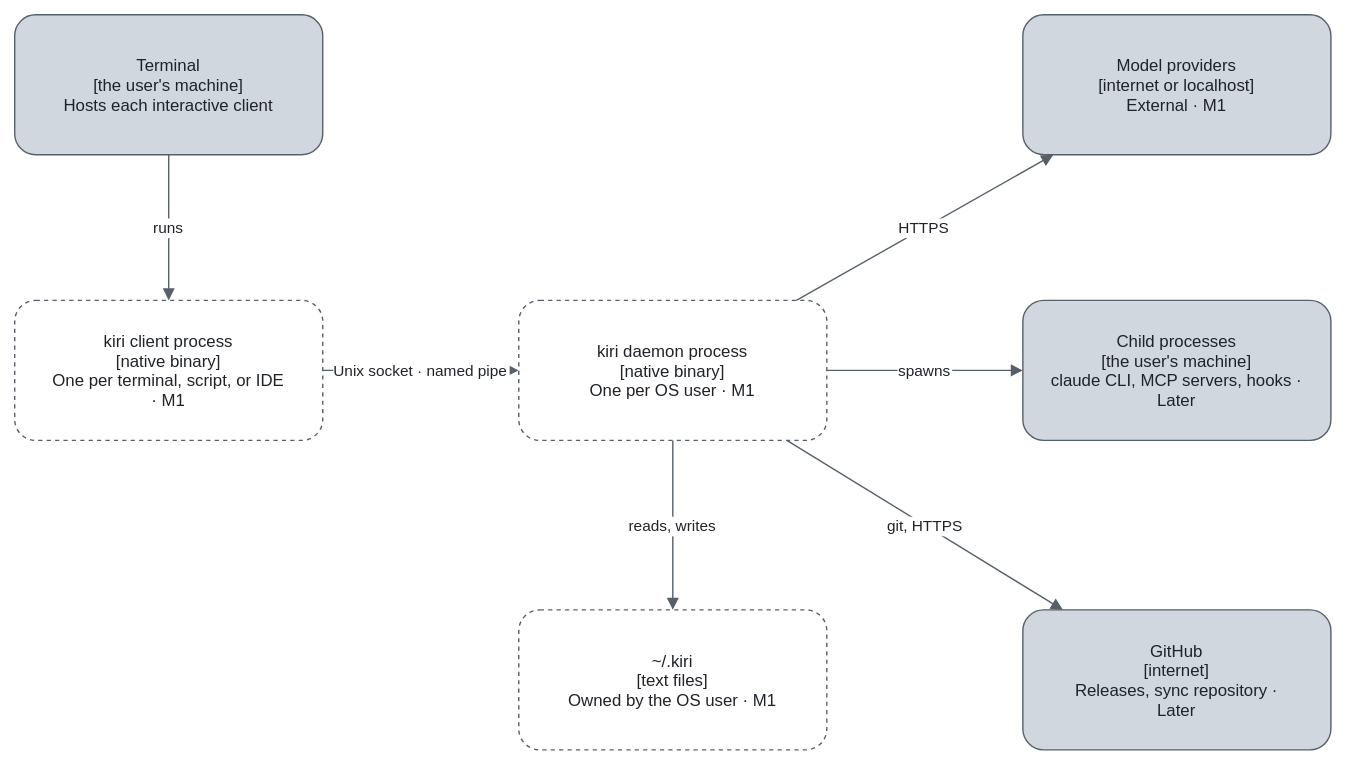
TheoOdawara/Kiri keeps this draw.io diagram as docs/architecture/diagrams/deployment.drawio.svg. Above is the earlier version. Source tidied: cells renumbered, new cells last; positions are measured from the earlier drawing's top-left corner, leaving out a move shared by most shapes. Its diagram source:
```xml
<mxGraphModel background="#ffffff">
  <root>
    <mxCell id="0" />
    <mxCell id="1" parent="0" />
    <mxCell id="2" value="Terminal&#10;[the user's machine]&#10;Hosts each interactive client" style="rounded=1;html=0;fillColor=#D0D7DE;strokeColor=#57606A;fontColor=#1F2328;" parent="1" vertex="1">
      <mxGeometry width="220" height="100" as="geometry" />
    </mxCell>
    <mxCell id="3" value="kiri client process&#10;[native binary]&#10;One per terminal, script, or IDE&#10;· M1" style="rounded=1;html=0;dashed=1;fillColor=#FFFFFF;strokeColor=#57606A;fontColor=#1F2328;" parent="1" vertex="1">
      <mxGeometry y="204" width="220" height="100" as="geometry" />
    </mxCell>
    <mxCell id="4" value="kiri daemon process&#10;[native binary]&#10;One per OS user · M1" style="rounded=1;html=0;dashed=1;fillColor=#FFFFFF;strokeColor=#57606A;fontColor=#1F2328;" parent="1" vertex="1">
      <mxGeometry x="360" y="204" width="220" height="100" as="geometry" />
    </mxCell>
    <mxCell id="5" value="~/.kiri&#10;[text files]&#10;Owned by the OS user · M1" style="rounded=1;html=0;dashed=1;fillColor=#FFFFFF;strokeColor=#57606A;fontColor=#1F2328;" parent="1" vertex="1">
      <mxGeometry x="360" y="425" width="220" height="100" as="geometry" />
    </mxCell>
    <mxCell id="6" value="Child processes&#10;[the user's machine]&#10;claude CLI, MCP servers, hooks ·&#10;Later" style="rounded=1;html=0;fillColor=#D0D7DE;strokeColor=#57606A;fontColor=#1F2328;" parent="1" vertex="1">
      <mxGeometry x="720" y="204" width="220" height="100" as="geometry" />
    </mxCell>
    <mxCell id="7" value="Model providers&#10;[internet or localhost]&#10;External · M1" style="rounded=1;html=0;fillColor=#D0D7DE;strokeColor=#57606A;fontColor=#1F2328;" parent="1" vertex="1">
      <mxGeometry x="720" width="220" height="100" as="geometry" />
    </mxCell>
    <mxCell id="8" value="GitHub&#10;[internet]&#10;Releases, sync repository ·&#10;Later" style="rounded=1;html=0;fillColor=#D0D7DE;strokeColor=#57606A;fontColor=#1F2328;" parent="1" vertex="1">
      <mxGeometry x="720" y="425" width="220" height="100" as="geometry" />
    </mxCell>
    <mxCell id="9" value="runs" style="html=0;strokeColor=#57606A;fontColor=#1F2328;labelBackgroundColor=#FFFFFF;endArrow=block;" parent="1" edge="1" source="2" target="3">
      <mxGeometry relative="1" as="geometry" />
    </mxCell>
    <mxCell id="10" value="Unix socket · named pipe" style="html=0;strokeColor=#57606A;fontColor=#1F2328;labelBackgroundColor=#FFFFFF;endArrow=block;" parent="1" edge="1" source="3" target="4">
      <mxGeometry relative="1" as="geometry" />
    </mxCell>
    <mxCell id="11" value="reads, writes" style="html=0;strokeColor=#57606A;fontColor=#1F2328;labelBackgroundColor=#FFFFFF;endArrow=block;" parent="1" edge="1" source="4" target="5">
      <mxGeometry relative="1" as="geometry" />
    </mxCell>
    <mxCell id="12" value="spawns" style="html=0;strokeColor=#57606A;fontColor=#1F2328;labelBackgroundColor=#FFFFFF;endArrow=block;" parent="1" edge="1" source="4" target="6">
      <mxGeometry relative="1" as="geometry" />
    </mxCell>
    <mxCell id="13" value="HTTPS" style="html=0;strokeColor=#57606A;fontColor=#1F2328;labelBackgroundColor=#FFFFFF;endArrow=block;" parent="1" edge="1" source="4" target="7">
      <mxGeometry relative="1" as="geometry" />
    </mxCell>
    <mxCell id="14" value="git, HTTPS" style="html=0;strokeColor=#57606A;fontColor=#1F2328;labelBackgroundColor=#FFFFFF;endArrow=block;" parent="1" edge="1" source="4" target="8">
      <mxGeometry relative="1" as="geometry" />
    </mxCell>
  </root>
</mxGraphModel>
```
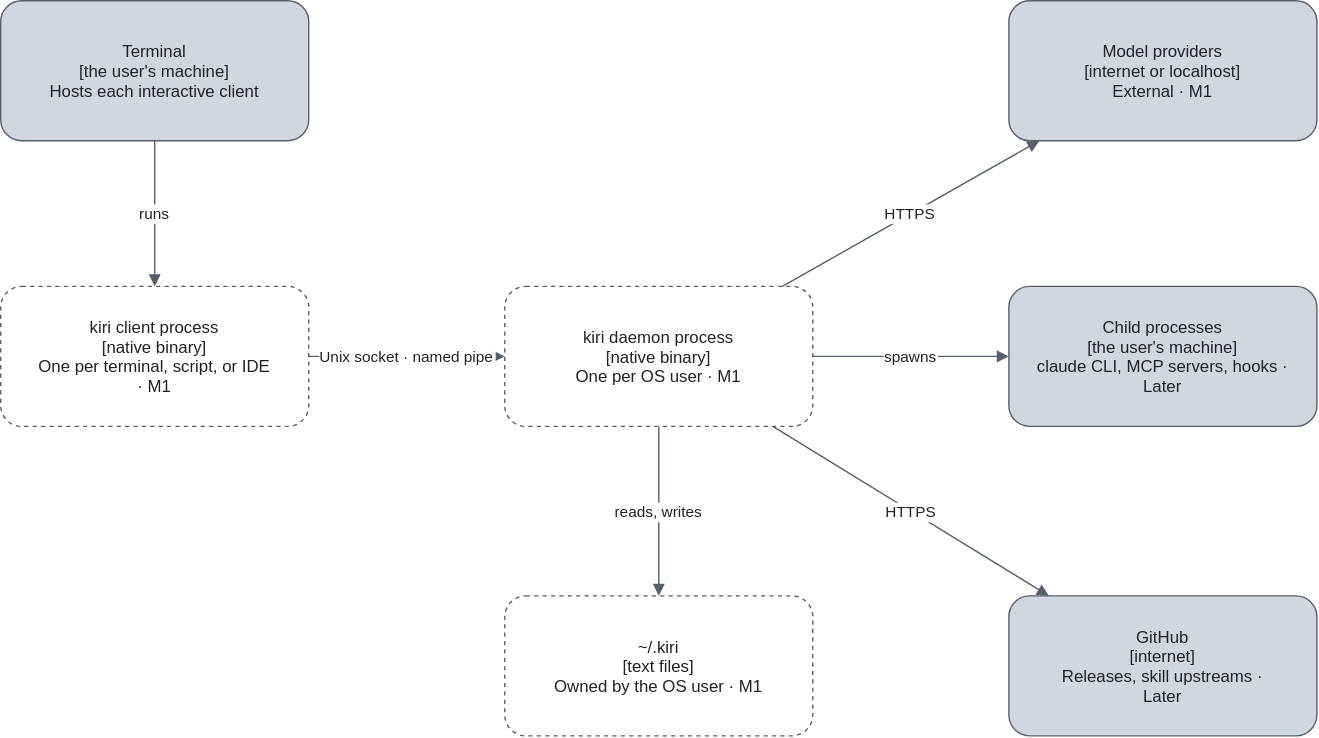
Later version of the same file.

Change to the diagram source:
```diff
@@ -20,7 +20,7 @@
     <mxCell id="7" value="Model providers&#10;[internet or localhost]&#10;External · M1" style="rounded=1;html=0;fillColor=#D0D7DE;strokeColor=#57606A;fontColor=#1F2328;" parent="1" vertex="1">
       <mxGeometry x="720" width="220" height="100" as="geometry" />
     </mxCell>
-    <mxCell id="8" value="GitHub&#10;[internet]&#10;Releases, sync repository ·&#10;Later" style="rounded=1;html=0;fillColor=#D0D7DE;strokeColor=#57606A;fontColor=#1F2328;" parent="1" vertex="1">
+    <mxCell id="8" value="GitHub&#10;[internet]&#10;Releases, skill upstreams ·&#10;Later" style="rounded=1;html=0;fillColor=#D0D7DE;strokeColor=#57606A;fontColor=#1F2328;" parent="1" vertex="1">
       <mxGeometry x="720" y="425" width="220" height="100" as="geometry" />
     </mxCell>
     <mxCell id="9" value="runs" style="html=0;strokeColor=#57606A;fontColor=#1F2328;labelBackgroundColor=#FFFFFF;endArrow=block;" parent="1" edge="1" source="2" target="3">
@@ -38,7 +38,7 @@
     <mxCell id="13" value="HTTPS" style="html=0;strokeColor=#57606A;fontColor=#1F2328;labelBackgroundColor=#FFFFFF;endArrow=block;" parent="1" edge="1" source="4" target="7">
       <mxGeometry relative="1" as="geometry" />
     </mxCell>
-    <mxCell id="14" value="git, HTTPS" style="html=0;strokeColor=#57606A;fontColor=#1F2328;labelBackgroundColor=#FFFFFF;endArrow=block;" parent="1" edge="1" source="4" target="8">
+    <mxCell id="14" value="HTTPS" style="html=0;strokeColor=#57606A;fontColor=#1F2328;labelBackgroundColor=#FFFFFF;endArrow=block;" parent="1" edge="1" source="4" target="8">
       <mxGeometry relative="1" as="geometry" />
     </mxCell>
   </root>
```
